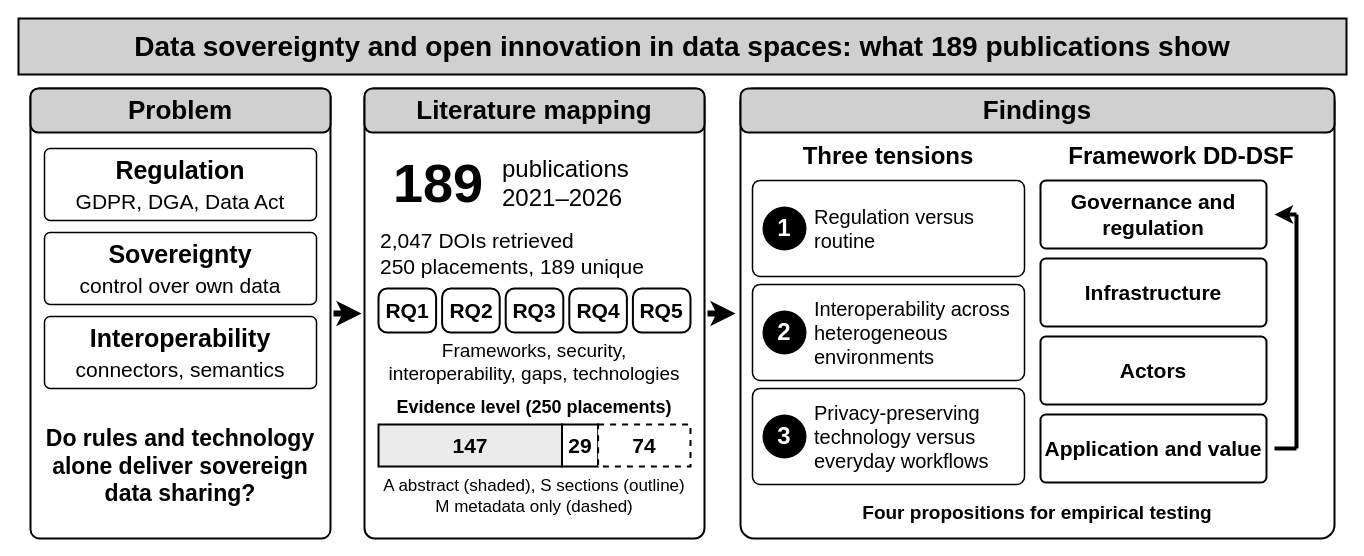
The draw.io diagram figures/graphical_abstract.drawio in egagraha/slr-dataspace, before the edit. Source tidied: cells renumbered, new cells numbered last; positions are measured from the earlier drawing's top-left corner, leaving out a move shared by most shapes. Both pictures are drawn from the tidied source at 100%, with x=0, y=0 at pixel (18, 18).
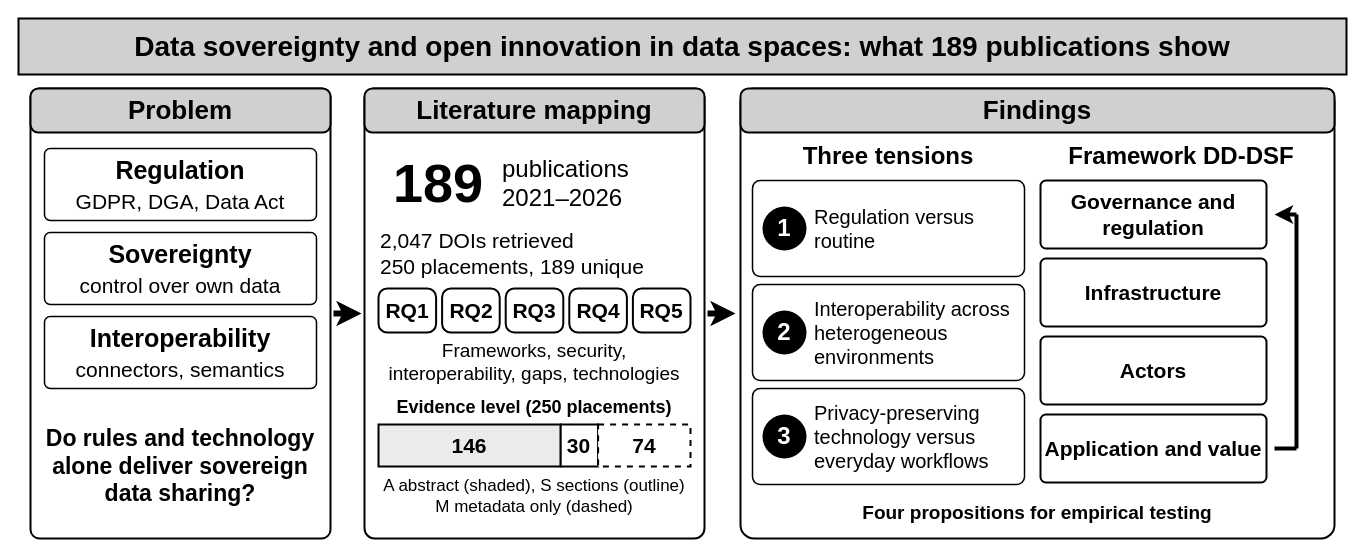
The same page after the edit.

The edit, as a diff of the source:
```diff
@@
-    <mxCell id="22" value="147" style="rounded=0;whiteSpace=wrap;html=1;fillColor=#EBEBEB;strokeColor=#000000;strokeWidth=2;fontFamily=Helvetica;fontSize=21;fontColor=#000000;fontStyle=1;align=center;verticalAlign=middle;dashed=0;" parent="1" vertex="1">
-      <mxGeometry x="360" y="406" width="183.5" height="42" as="geometry" />
+    <mxCell id="22" value="146" style="rounded=0;whiteSpace=wrap;html=1;fillColor=#EBEBEB;strokeColor=#000000;strokeWidth=2;fontFamily=Helvetica;fontSize=21;fontColor=#000000;fontStyle=1;align=center;verticalAlign=middle;dashed=0;" parent="1" vertex="1">
+      <mxGeometry x="360" y="406" width="182.2" height="42" as="geometry" />
     </mxCell>
-    <mxCell id="23" value="29" style="rounded=0;whiteSpace=wrap;html=1;fillColor=#ffffff;strokeColor=#000000;strokeWidth=2;fontFamily=Helvetica;fontSize=21;fontColor=#000000;fontStyle=1;align=center;verticalAlign=middle;dashed=0;" parent="1" vertex="1">
-      <mxGeometry x="543.5" y="406" width="36.2" height="42" as="geometry" />
+    <mxCell id="23" value="30" style="rounded=0;whiteSpace=wrap;html=1;fillColor=#ffffff;strokeColor=#000000;strokeWidth=2;fontFamily=Helvetica;fontSize=21;fontColor=#000000;fontStyle=1;align=center;verticalAlign=middle;dashed=0;" parent="1" vertex="1">
+      <mxGeometry x="542.2" y="406" width="37.4" height="42" as="geometry" />
     </mxCell>
```
